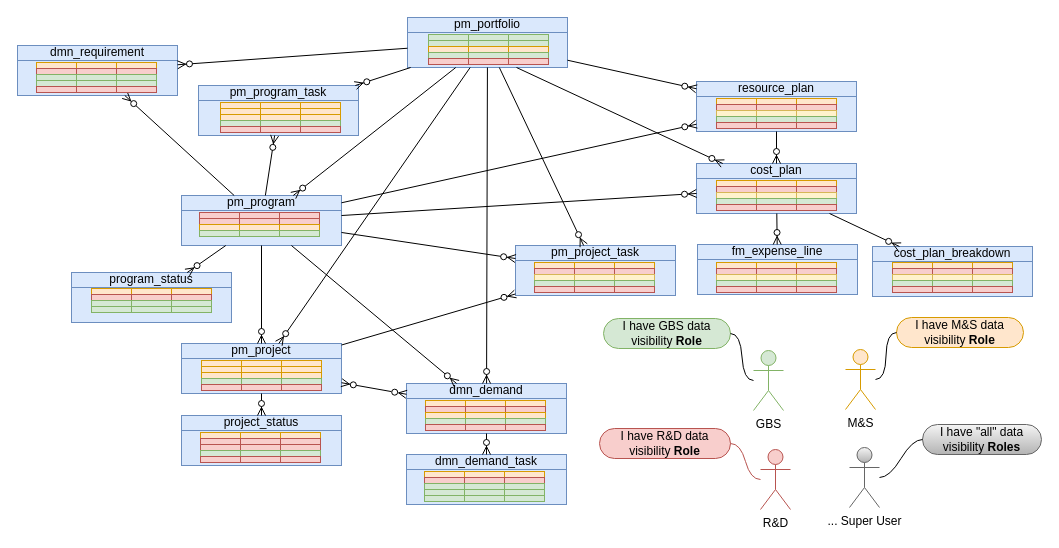
This is page "conceptV2" (5 of 6) of JTI_product.drawio from algimas/tmp, a draw.io file, before an edit. Source tidied: cells renumbered, new cells numbered last; positions are measured from the earlier drawing's top-left corner, leaving out a move shared by most shapes. Both pictures are drawn from the tidied source at 100%, with x=0, y=0 at pixel (17, 17).
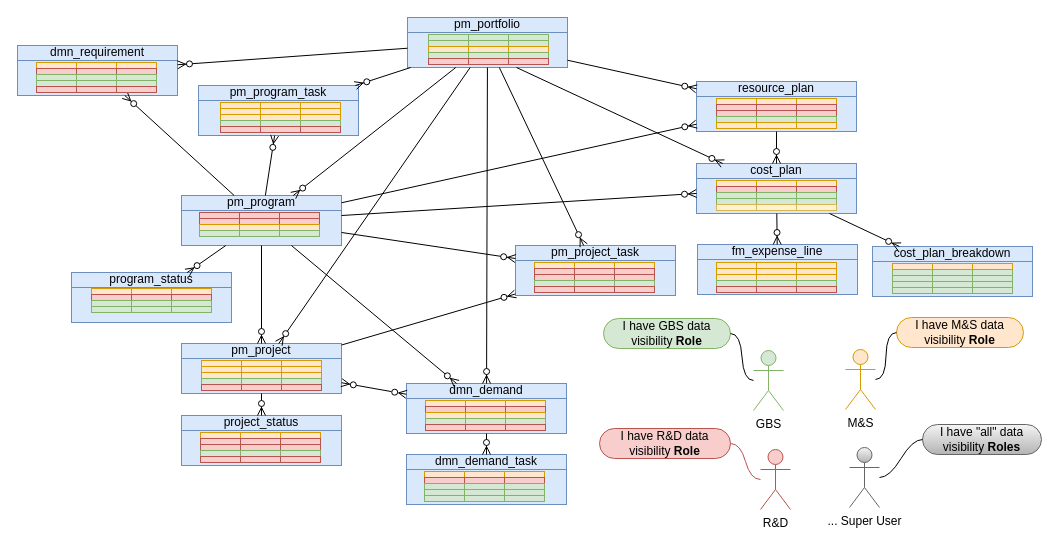
The same page after the edit.

Change to the diagram source:
```diff
@@
-    <mxCell id="81" style="shape=process;whiteSpace=wrap;html=1;backgroundOutline=1;size=0.33214285714285646;fillColor=#fff2cc;strokeColor=#d6b656;" parent="1" vertex="1">
+    <mxCell id="81" style="shape=process;whiteSpace=wrap;html=1;backgroundOutline=1;size=0.33214285714285646;fillColor=#f8cecc;strokeColor=#b85450;" parent="1" vertex="1">
       <mxGeometry x="517" y="257" width="120" height="6" as="geometry" />
     </mxCell>
@@
-    <mxCell id="85" style="shape=process;whiteSpace=wrap;html=1;backgroundOutline=1;size=0.33214285714285646;fillColor=#f8cecc;strokeColor=#b85450;" parent="1" vertex="1">
+    <mxCell id="85" style="shape=process;whiteSpace=wrap;html=1;backgroundOutline=1;size=0.33214285714285646;fillColor=#ffe6cc;strokeColor=#d79b00;" parent="1" vertex="1">
       <mxGeometry x="699" y="251" width="120" height="6" as="geometry" />
     </mxCell>
-    <mxCell id="86" style="shape=process;whiteSpace=wrap;html=1;backgroundOutline=1;size=0.33214285714285646;fillColor=#fff2cc;strokeColor=#d6b656;" parent="1" vertex="1">
+    <mxCell id="86" style="shape=process;whiteSpace=wrap;html=1;backgroundOutline=1;size=0.33214285714285646;fillColor=#ffe6cc;strokeColor=#d79b00;" parent="1" vertex="1">
       <mxGeometry x="699" y="257" width="120" height="6" as="geometry" />
     </mxCell>
@@
     <mxCell id="89" style="shape=process;whiteSpace=wrap;html=1;backgroundOutline=1;size=0.33214285714285646;fillColor=#ffe6cc;strokeColor=#d79b00;" parent="1" vertex="1">
-      <mxGeometry x="875" y="245" width="120" height="6" as="geometry" />
+      <mxGeometry x="875" y="246" width="120" height="6" as="geometry" />
     </mxCell>
-    <mxCell id="90" style="shape=process;whiteSpace=wrap;html=1;backgroundOutline=1;size=0.33214285714285646;fillColor=#f8cecc;strokeColor=#b85450;" parent="1" vertex="1">
-      <mxGeometry x="875" y="251" width="120" height="6" as="geometry" />
+    <mxCell id="90" style="shape=process;whiteSpace=wrap;html=1;backgroundOutline=1;size=0.33214285714285646;fillColor=#d5e8d4;strokeColor=#82b366;" parent="1" vertex="1">
+      <mxGeometry x="875" y="252" width="120" height="6" as="geometry" />
     </mxCell>
-    <mxCell id="91" style="shape=process;whiteSpace=wrap;html=1;backgroundOutline=1;size=0.33214285714285646;fillColor=#fff2cc;strokeColor=#d6b656;" parent="1" vertex="1">
-      <mxGeometry x="875" y="257" width="120" height="6" as="geometry" />
+    <mxCell id="91" style="shape=process;whiteSpace=wrap;html=1;backgroundOutline=1;size=0.33214285714285646;fillColor=#d5e8d4;strokeColor=#82b366;" parent="1" vertex="1">
+      <mxGeometry x="875" y="258" width="120" height="6" as="geometry" />
     </mxCell>
     <mxCell id="92" style="shape=process;whiteSpace=wrap;html=1;backgroundOutline=1;size=0.33214285714285646;fillColor=#d5e8d4;strokeColor=#82b366;" parent="1" vertex="1">
-      <mxGeometry x="875" y="263" width="120" height="6" as="geometry" />
+      <mxGeometry x="875" y="264" width="120" height="6" as="geometry" />
     </mxCell>
-    <mxCell id="93" style="shape=process;whiteSpace=wrap;html=1;backgroundOutline=1;size=0.33214285714285646;fillColor=#f8cecc;strokeColor=#b85450;" parent="1" vertex="1">
-      <mxGeometry x="875" y="269" width="120" height="6" as="geometry" />
+    <mxCell id="93" style="shape=process;whiteSpace=wrap;html=1;backgroundOutline=1;size=0.33214285714285646;fillColor=#d5e8d4;strokeColor=#82b366;" parent="1" vertex="1">
+      <mxGeometry x="875" y="270" width="120" height="6" as="geometry" />
     </mxCell>
@@
-    <mxCell id="96" style="shape=process;whiteSpace=wrap;html=1;backgroundOutline=1;size=0.33214285714285646;fillColor=#fff2cc;strokeColor=#d6b656;" parent="1" vertex="1">
+    <mxCell id="96" style="shape=process;whiteSpace=wrap;html=1;backgroundOutline=1;size=0.33214285714285646;fillColor=#d5e8d4;strokeColor=#82b366;" parent="1" vertex="1">
       <mxGeometry x="699" y="175" width="120" height="6" as="geometry" />
     </mxCell>
@@
-    <mxCell id="98" style="shape=process;whiteSpace=wrap;html=1;backgroundOutline=1;size=0.33214285714285646;fillColor=#f8cecc;strokeColor=#b85450;" parent="1" vertex="1">
+    <mxCell id="98" style="shape=process;whiteSpace=wrap;html=1;backgroundOutline=1;size=0.33214285714285646;fillColor=#fff2cc;strokeColor=#d6b656;" parent="1" vertex="1">
       <mxGeometry x="699" y="187" width="120" height="6" as="geometry" />
     </mxCell>
@@
-    <mxCell id="101" style="shape=process;whiteSpace=wrap;html=1;backgroundOutline=1;size=0.33214285714285646;fillColor=#fff2cc;strokeColor=#d6b656;" parent="1" vertex="1">
+    <mxCell id="101" style="shape=process;whiteSpace=wrap;html=1;backgroundOutline=1;size=0.33214285714285646;fillColor=#f8cecc;strokeColor=#b85450;" parent="1" vertex="1">
       <mxGeometry x="699" y="93" width="120" height="6" as="geometry" />
     </mxCell>
@@
-    <mxCell id="103" style="shape=process;whiteSpace=wrap;html=1;backgroundOutline=1;size=0.33214285714285646;fillColor=#f8cecc;strokeColor=#b85450;" parent="1" vertex="1">
+    <mxCell id="103" style="shape=process;whiteSpace=wrap;html=1;backgroundOutline=1;size=0.33214285714285646;fillColor=#ffe6cc;strokeColor=#d79b00;" parent="1" vertex="1">
       <mxGeometry x="699" y="105" width="120" height="6" as="geometry" />
     </mxCell>
```
